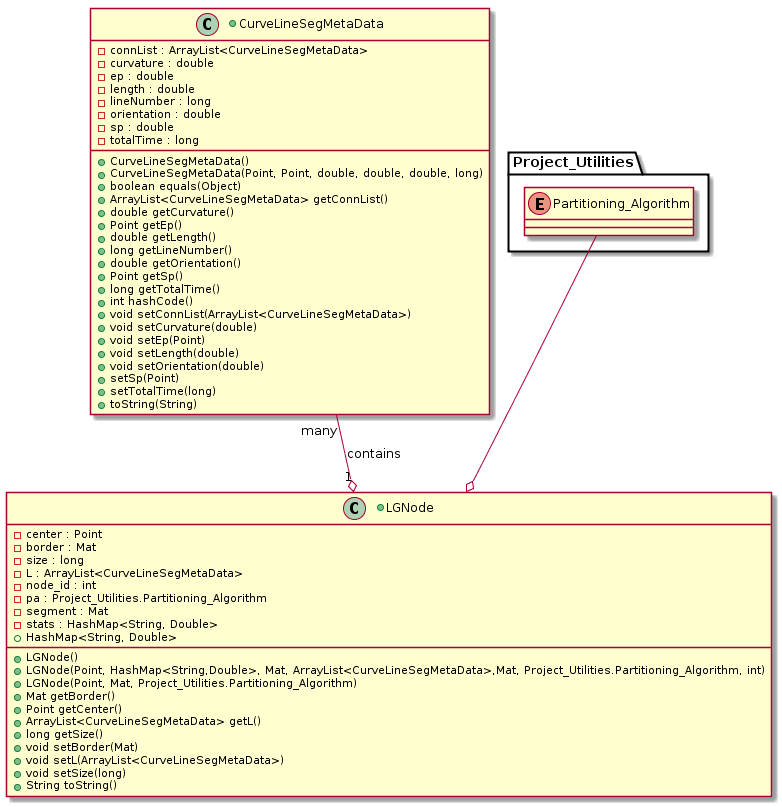
Earlier version of the PlantUML export docs/lg_node_and_support_class_diagram.png (mrobbeloth/obstruction).
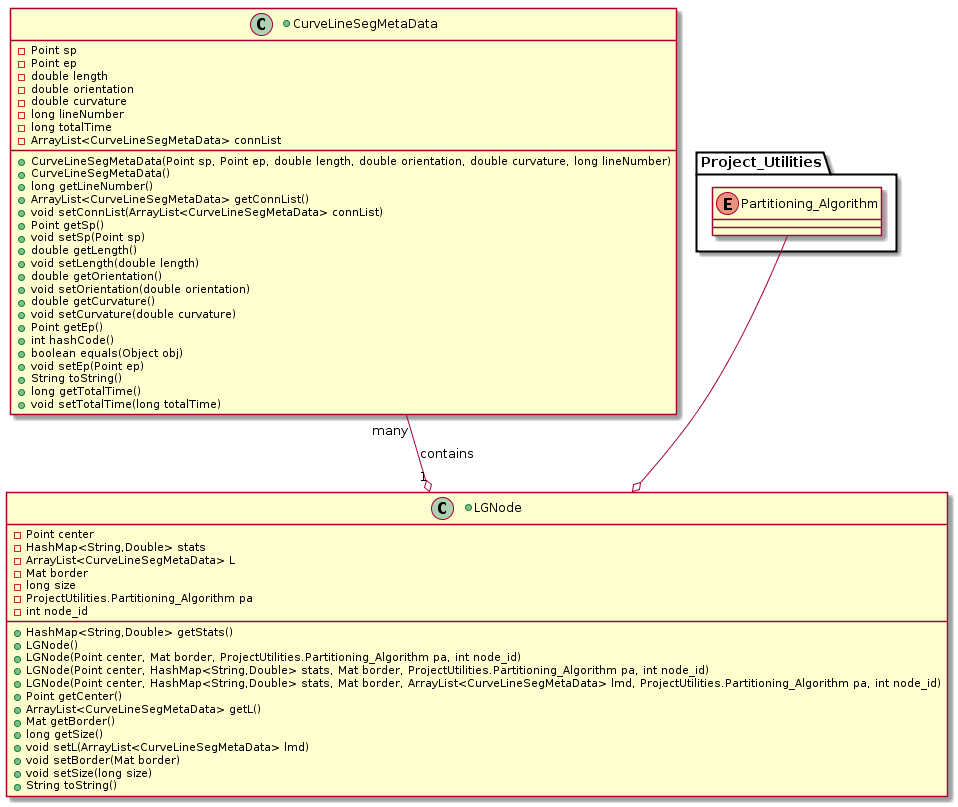
Later version of the same file.

Commit message:
Update LGNode and Supporting Classes UML class documentation

What changed in the source:
```diff
@@ -1,60 +1,60 @@
 @startuml
 
-+class CurveLineSegMetaData{
-    -connList : ArrayList<CurveLineSegMetaData>
-    -curvature : double
-    -ep : double
-    -length : double
-    -lineNumber : long
-    -orientation : double
-    -sp : double
-    -totalTime : long
-    +CurveLineSegMetaData()
-    +CurveLineSegMetaData(Point, Point, double, double, double, long)
-    +boolean equals(Object)
-    +ArrayList<CurveLineSegMetaData> getConnList()
-    +double getCurvature()
-    +Point getEp()
-    +double getLength()
-    +long getLineNumber()
-    +double getOrientation()
-    +Point getSp()
-    +long getTotalTime()
-    +int hashCode()
-    +void setConnList(ArrayList<CurveLineSegMetaData>)
-    +void setCurvature(double)
-    +void setEp(Point)
-    +void setLength(double)
-    +void setOrientation(double)
-    +setSp(Point)
-    +setTotalTime(long)
-    +toString(String)
++class CurveLineSegMetaData [[java:robbeloth.research.CurveLineSegMetaData]] {
+	-Point sp
+	-Point ep
+	-double length
+	-double orientation
+	-double curvature
+	-long lineNumber
+	-long totalTime
+	-ArrayList<CurveLineSegMetaData> connList
+	+CurveLineSegMetaData(Point sp, Point ep, double length, double orientation, double curvature, long lineNumber)
+	+CurveLineSegMetaData()
+	+long getLineNumber()
+	+ArrayList<CurveLineSegMetaData> getConnList()
+	+void setConnList(ArrayList<CurveLineSegMetaData> connList)
+	+Point getSp()
+	+void setSp(Point sp)
+	+double getLength()
+	+void setLength(double length)
+	+double getOrientation()
+	+void setOrientation(double orientation)
+	+double getCurvature()
+	+void setCurvature(double curvature)
+	+Point getEp()
+	+int hashCode()
+	+boolean equals(Object obj)
+	+void setEp(Point ep)
+	+String toString()
+	+long getTotalTime()
+	+void setTotalTime(long totalTime)
 }
 
 enum Project_Utilities.Partitioning_Algorithm {
 }
 
-+class LGNode {
-    -center : Point
-    -border : Mat
-    -size : long
-    -L : ArrayList<CurveLineSegMetaData>
-    -node_id : int
-    -pa : Project_Utilities.Partitioning_Algorithm
-    -segment : Mat
-    -stats : HashMap<String, Double>
-    +LGNode()
-    +LGNode(Point, HashMap<String,Double>, Mat, ArrayList<CurveLineSegMetaData>,Mat, Project_Utilities.Partitioning_Algorithm, int)
-    +LGNode(Point, Mat, Project_Utilities.Partitioning_Algorithm)
-    +Mat getBorder()
-    +Point getCenter()
-    +ArrayList<CurveLineSegMetaData> getL()
-    +long getSize()
-    +HashMap<String, Double>
-    +void setBorder(Mat)
-    +void setL(ArrayList<CurveLineSegMetaData>)
-    +void setSize(long)
-    +String toString()
++class LGNode [[java:robbeloth.research.LGNode]] {
+	-Point center
+	-HashMap<String,Double> stats
+	-ArrayList<CurveLineSegMetaData> L
+	-Mat border
+	-long size
+	-ProjectUtilities.Partitioning_Algorithm pa
+	-int node_id
+	+HashMap<String,Double> getStats()
+	+LGNode()
+	+LGNode(Point center, Mat border, ProjectUtilities.Partitioning_Algorithm pa, int node_id)
+	+LGNode(Point center, HashMap<String,Double> stats, Mat border, ProjectUtilities.Partitioning_Algorithm pa, int node_id)
+	+LGNode(Point center, HashMap<String,Double> stats, Mat border, ArrayList<CurveLineSegMetaData> lmd, ProjectUtilities.Partitioning_Algorithm pa, int node_id)
+	+Point getCenter()
+	+ArrayList<CurveLineSegMetaData> getL()
+	+Mat getBorder()
+	+long getSize()
+	+void setL(ArrayList<CurveLineSegMetaData> lmd)
+	+void setBorder(Mat border)
+	+void setSize(long size)
+	+String toString()
 }
 
 Project_Utilities.Partitioning_Algorithm --o LGNode
```
